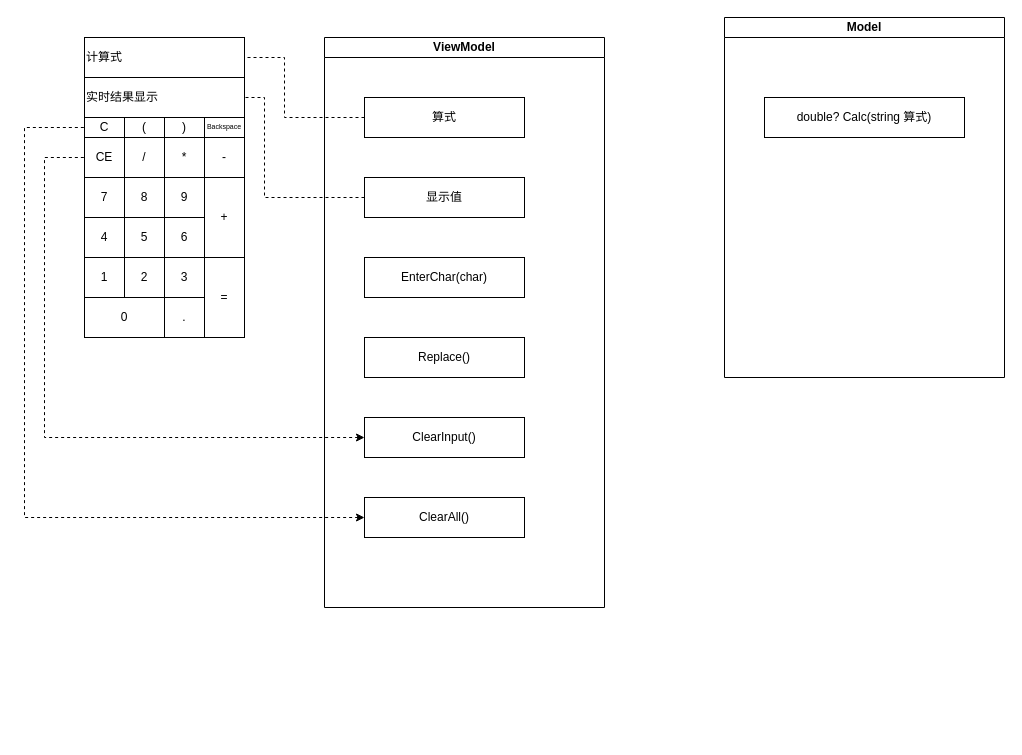
Kuuhaku31/st.net keeps this draw.io diagram as st/st08/ClacLayout.drawio. Above is the earlier version. Source tidied: cells renumbered, new cells numbered last; positions are measured from the earlier drawing's top-left corner, leaving out a move shared by most shapes. Both pictures are drawn from the tidied source at 100%, with x=0, y=0 at pixel (24, 17).
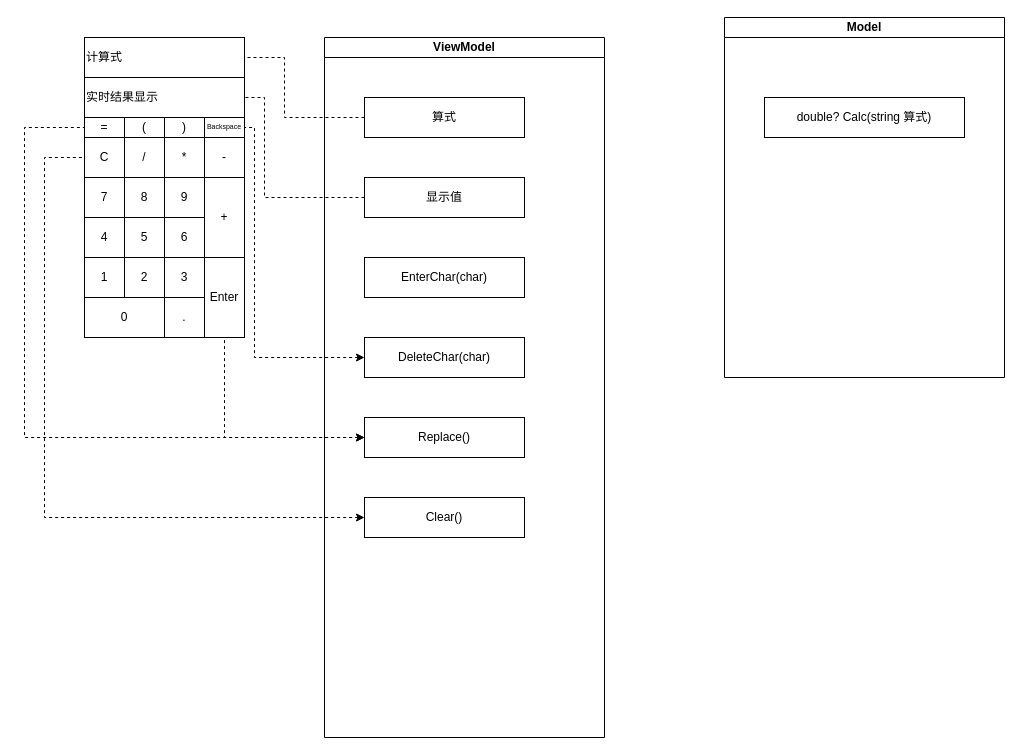
After the change.

Commit message (it also covers changes not shown here):
更新计算器界面，调整行列定义，添加字符按钮，重构模型和视图模型逻辑，优化计算功能

The change refers to these unchanged cells:
```xml
<mxCell id="24" value="Backspace" style="rounded=0;whiteSpace=wrap;html=1;fontFamily=Sarasa Fixed SC;fontSize=7;" parent="1" vertex="1">
  <mxGeometry x="180" y="100" width="40" height="20" as="geometry" />
</mxCell>
```

Diff of the diagram source:
```diff
@@
-    <mxCell id="14" value="=" style="rounded=0;whiteSpace=wrap;html=1;fontFamily=Sarasa Fixed SC;" parent="1" vertex="1">
+    <mxCell id="14" value="Enter" style="rounded=0;whiteSpace=wrap;html=1;fontFamily=Sarasa Fixed SC;" parent="1" vertex="1">
       <mxGeometry x="180" y="240" width="40" height="80" as="geometry" />
     </mxCell>
@@
-    <mxCell id="22" value="CE" style="rounded=0;whiteSpace=wrap;html=1;fontFamily=Sarasa Fixed SC;" parent="1" vertex="1">
+    <mxCell id="22" value="C" style="rounded=0;whiteSpace=wrap;html=1;fontFamily=Sarasa Fixed SC;" parent="1" vertex="1">
       <mxGeometry x="60" y="120" width="40" height="40" as="geometry" />
     </mxCell>
-    <mxCell id="23" value="C" style="rounded=0;whiteSpace=wrap;html=1;fontFamily=Sarasa Fixed SC;" parent="1" vertex="1">
+    <mxCell id="23" value="=" style="rounded=0;whiteSpace=wrap;html=1;fontFamily=Sarasa Fixed SC;" parent="1" vertex="1">
       <mxGeometry x="60" y="100" width="40" height="20" as="geometry" />
     </mxCell>
@@
     <mxCell id="27" value="ViewModel" style="swimlane;whiteSpace=wrap;html=1;fontFamily=Sarasa Fixed SC;startSize=20;" parent="1" vertex="1">
-      <mxGeometry x="300" y="20" width="280" height="570" as="geometry" />
+      <mxGeometry x="300" y="20" width="280" height="700" as="geometry" />
     </mxCell>
@@
-    <mxCell id="30" value="EnterChar(char)" style="rounded=0;whiteSpace=wrap;html=1;fontFamily=Sarasa Fixed SC;align=center;" parent="27" vertex="1">
-      <mxGeometry x="40" y="220" width="160" height="40" as="geometry" />
+    <mxCell id="30" value="DeleteChar(char)" style="rounded=0;whiteSpace=wrap;html=1;fontFamily=Sarasa Fixed SC;align=center;" parent="27" vertex="1">
+      <mxGeometry x="40" y="300" width="160" height="40" as="geometry" />
     </mxCell>
-    <mxCell id="31" value="ClearInput()" style="rounded=0;whiteSpace=wrap;html=1;fontFamily=Sarasa Fixed SC;align=center;" parent="27" vertex="1">
-      <mxGeometry x="40" y="380" width="160" height="40" as="geometry" />
+    <mxCell id="31" value="Clear()" style="rounded=0;whiteSpace=wrap;html=1;fontFamily=Sarasa Fixed SC;align=center;" parent="27" vertex="1">
+      <mxGeometry x="40" y="460" width="160" height="40" as="geometry" />
     </mxCell>
-    <mxCell id="32" value="ClearAll()" style="rounded=0;whiteSpace=wrap;html=1;fontFamily=Sarasa Fixed SC;align=center;" parent="27" vertex="1">
-      <mxGeometry x="40" y="460" width="160" height="40" as="geometry" />
-    </mxCell>
     <mxCell id="33" value="Replace()" style="rounded=0;whiteSpace=wrap;html=1;fontFamily=Sarasa Fixed SC;align=center;" parent="27" vertex="1">
-      <mxGeometry x="40" y="300" width="160" height="40" as="geometry" />
+      <mxGeometry x="40" y="380" width="160" height="40" as="geometry" />
     </mxCell>
+    <mxCell id="38" value="EnterChar(char)" style="rounded=0;whiteSpace=wrap;html=1;fontFamily=Sarasa Fixed SC;align=center;" parent="27" vertex="1">
+      <mxGeometry x="40" y="220" width="160" height="40" as="geometry" />
+    </mxCell>
@@
-    <mxCell id="36" style="endArrow=none;dashed=1;html=1;rounded=0;edgeStyle=orthogonalEdgeStyle;startArrow=classic;startFill=1;" parent="1" edge="1" source="32" target="23">
+    <mxCell id="36" style="endArrow=none;dashed=1;html=1;rounded=0;edgeStyle=orthogonalEdgeStyle;startArrow=classic;startFill=1;" parent="1" edge="1" source="33" target="23">
       <mxGeometry relative="1" as="geometry">
         <Array as="points">
-          <mxPoint y="500" />
+          <mxPoint y="420" />
           <mxPoint y="110" />
         </Array>
       </mxGeometry>
     </mxCell>
     <mxCell id="37" style="endArrow=none;dashed=1;html=1;rounded=0;edgeStyle=orthogonalEdgeStyle;startArrow=classic;startFill=1;" parent="1" edge="1" source="31" target="22">
       <mxGeometry relative="1" as="geometry">
         <Array as="points">
-          <mxPoint x="20" y="420" />
+          <mxPoint x="20" y="500" />
           <mxPoint x="20" y="140" />
         </Array>
       </mxGeometry>
     </mxCell>
+    <mxCell id="39" style="endArrow=none;dashed=1;html=1;rounded=0;edgeStyle=orthogonalEdgeStyle;startArrow=classic;startFill=1;" parent="1" edge="1" source="33" target="14">
+      <mxGeometry relative="1" as="geometry">
+        <Array as="points">
+          <mxPoint x="200" y="420" />
+        </Array>
+      </mxGeometry>
+    </mxCell>
+    <mxCell id="40" style="endArrow=none;dashed=1;html=1;rounded=0;edgeStyle=orthogonalEdgeStyle;startArrow=classic;startFill=1;" parent="1" edge="1" source="30" target="24">
+      <mxGeometry relative="1" as="geometry">
+        <Array as="points">
+          <mxPoint x="230" y="340" />
+          <mxPoint x="230" y="110" />
+        </Array>
+      </mxGeometry>
+    </mxCell>
```
